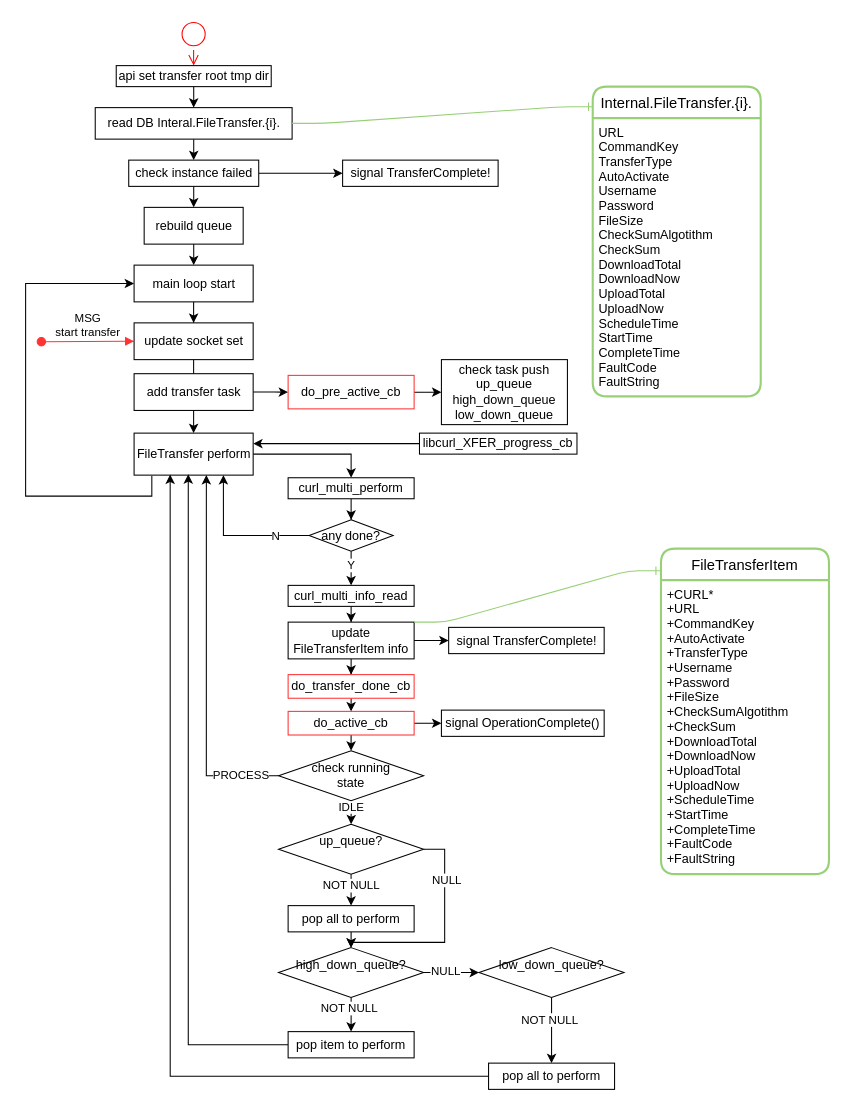
Above: page "Page-2" (2 of 2) of usp_file_transfer.drawio in nsood/draw.io (draw.io), before the change. Source tidied: cells renumbered, new cells numbered last; positions are measured from the earlier drawing's top-left corner, leaving out a move shared by most shapes. Both pictures are drawn from the tidied source at 105%, with x=0, y=0 at pixel (25, 18).
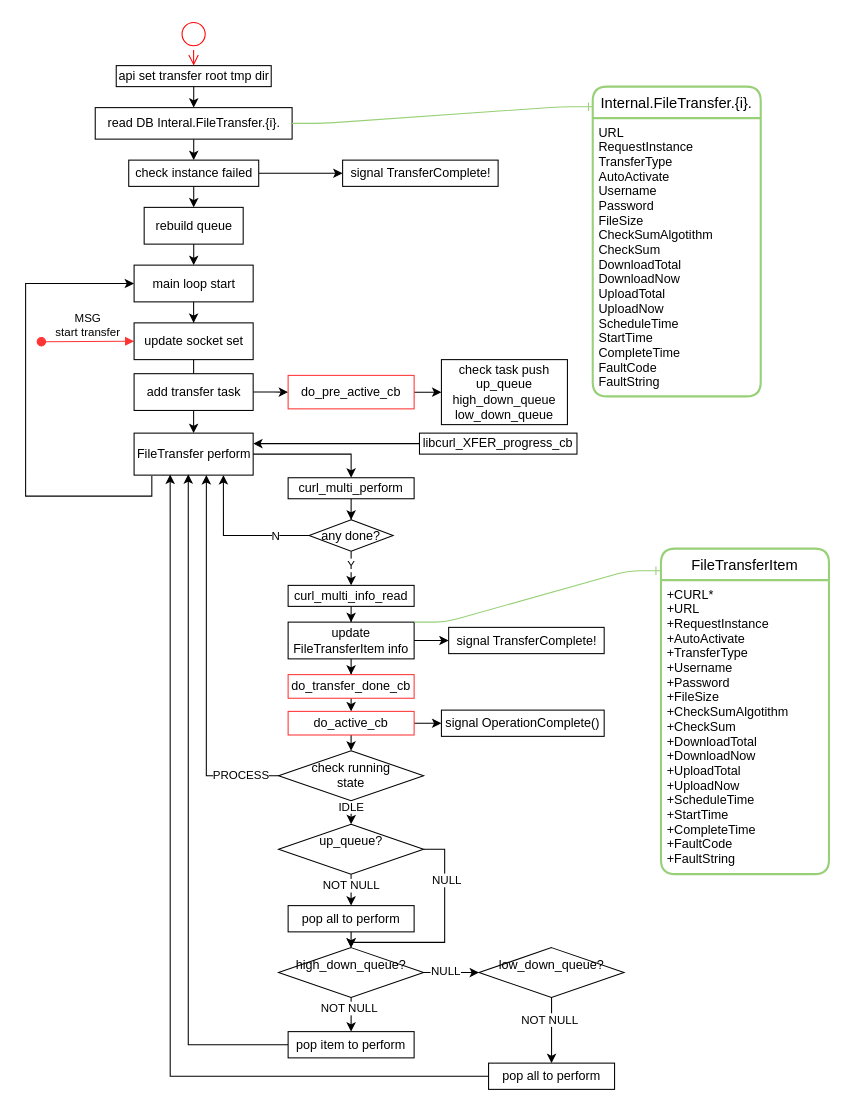
The same diagram, later.

Unchanged cells that the change refers to:
```xml
<mxCell id="60" value="FileTransferItem" style="swimlane;horizontal=1;startSize=30;rounded=1;fontSize=14;fontStyle=0;strokeWidth=2;shadow=0;dashed=0;align=center;strokeColor=#97D077;" parent="1" vertex="1">
  <mxGeometry x="605" y="505" width="160" height="310" as="geometry" />
</mxCell>
<mxCell id="62" value="Internal.FileTransfer.{i}." style="swimlane;horizontal=1;startSize=30;rounded=1;fontSize=14;fontStyle=0;strokeWidth=2;shadow=0;dashed=0;align=center;strokeColor=#97D077;" parent="1" vertex="1">
  <mxGeometry x="540" y="65" width="160" height="295" as="geometry" />
</mxCell>
```

Diff of the diagram source:
```diff
@@
-    <mxCell id="61" value="+CURL*&#10;+URL&#10;+CommandKey&#10;+AutoActivate&#10;+TransferType&#10;+Username&#10;+Password&#10;+FileSize&#10;+CheckSumAlgotithm&#10;+CheckSum&#10;+DownloadTotal&#10;+DownloadNow&#10;+UploadTotal&#10;+UploadNow&#10;+ScheduleTime&#10;+StartTime&#10;+CompleteTime&#10;+FaultCode&#10;+FaultString" style="align=left;strokeColor=none;fillColor=none;spacingLeft=4;fontSize=12;verticalAlign=top;" parent="60" vertex="1">
+    <mxCell id="61" value="+CURL*&#10;+URL&#10;+RequestInstance&#10;+AutoActivate&#10;+TransferType&#10;+Username&#10;+Password&#10;+FileSize&#10;+CheckSumAlgotithm&#10;+CheckSum&#10;+DownloadTotal&#10;+DownloadNow&#10;+UploadTotal&#10;+UploadNow&#10;+ScheduleTime&#10;+StartTime&#10;+CompleteTime&#10;+FaultCode&#10;+FaultString" style="align=left;strokeColor=none;fillColor=none;spacingLeft=4;fontSize=12;verticalAlign=top;" parent="60" vertex="1">
       <mxGeometry y="30" width="160" height="280" as="geometry" />
     </mxCell>
@@
-    <mxCell id="63" value="URL&#10;CommandKey&#10;TransferType&#10;AutoActivate&#10;Username&#10;Password&#10;FileSize&#10;CheckSumAlgotithm&#10;CheckSum&#10;DownloadTotal&#10;DownloadNow&#10;UploadTotal&#10;UploadNow&#10;ScheduleTime&#10;StartTime&#10;CompleteTime&#10;FaultCode&#10;FaultString" style="align=left;strokeColor=none;fillColor=none;spacingLeft=4;fontSize=12;verticalAlign=top;" parent="62" vertex="1">
+    <mxCell id="63" value="URL&#10;RequestInstance&#10;TransferType&#10;AutoActivate&#10;Username&#10;Password&#10;FileSize&#10;CheckSumAlgotithm&#10;CheckSum&#10;DownloadTotal&#10;DownloadNow&#10;UploadTotal&#10;UploadNow&#10;ScheduleTime&#10;StartTime&#10;CompleteTime&#10;FaultCode&#10;FaultString" style="align=left;strokeColor=none;fillColor=none;spacingLeft=4;fontSize=12;verticalAlign=top;" parent="62" vertex="1">
       <mxGeometry y="30" width="160" height="265" as="geometry" />
     </mxCell>
```
